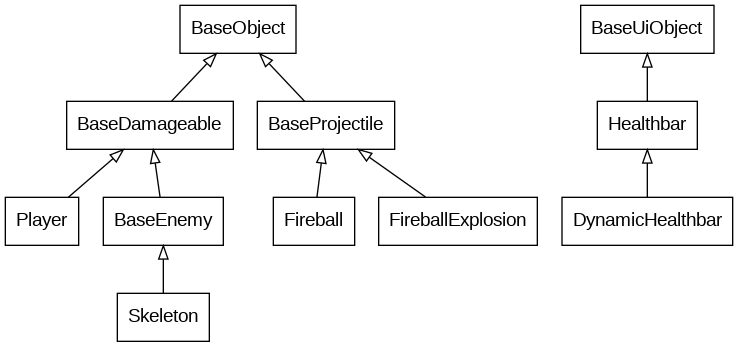
Earlier version of the Graphviz export inheritance.gv.png (lachfoy/2dgameABANDONED). Its source is kept beside it as inheritance.gv.
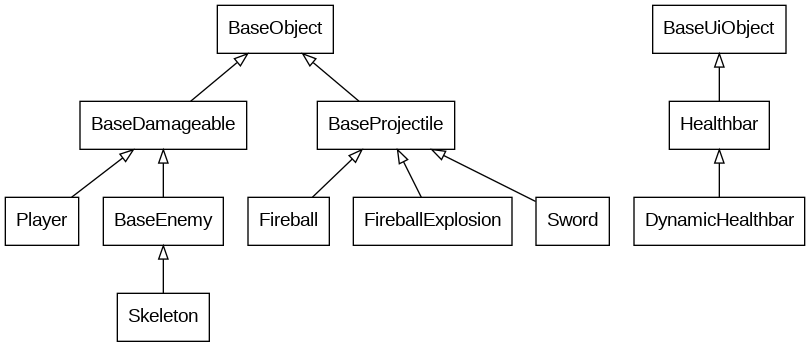
Later version of the same file.

Diff of the diagram source:
```diff
@@ -4,7 +4,8 @@
 
     BaseObject->{BaseDamageable, BaseProjectile}
     BaseDamageable->{Player, BaseEnemy}
-    BaseProjectile->{Fireball, FireballExplosion}
+    BaseProjectile->{Fireball, FireballExplosion, BaseMeleeWeapon}
+    BaseMeleeWeapon->Sword
     BaseEnemy->Skeleton
 
     BaseUiObject->Healthbar
```
